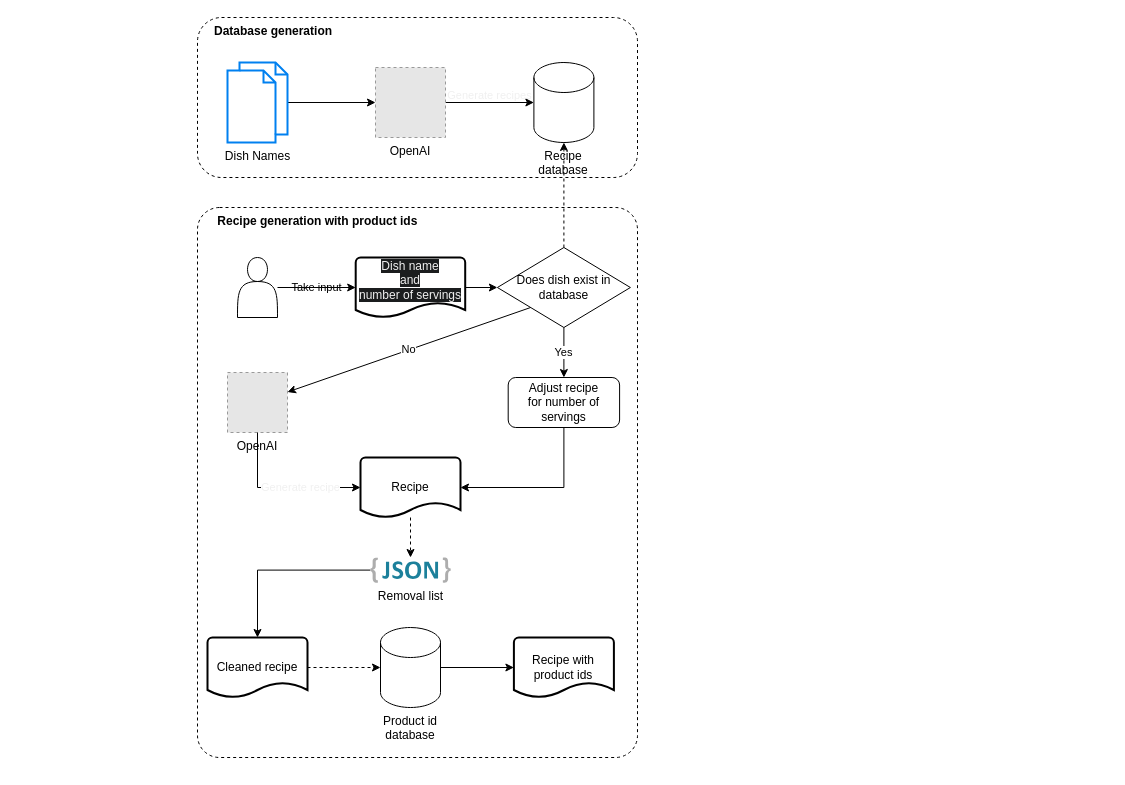
Before: recipe-generator/images/recipe_generator.drawio in deepnetworkgmbh/generative-ai, a draw.io diagram. Source tidied: cells renumbered, new cells numbered last; positions are measured from the earlier drawing's top-left corner, leaving out a move shared by most shapes. Both pictures are drawn from the tidied source at 100%, with x=0, y=0 at pixel (197, 17). Pictures stored in the file or linked from it are replaced by grey dashed boxes.
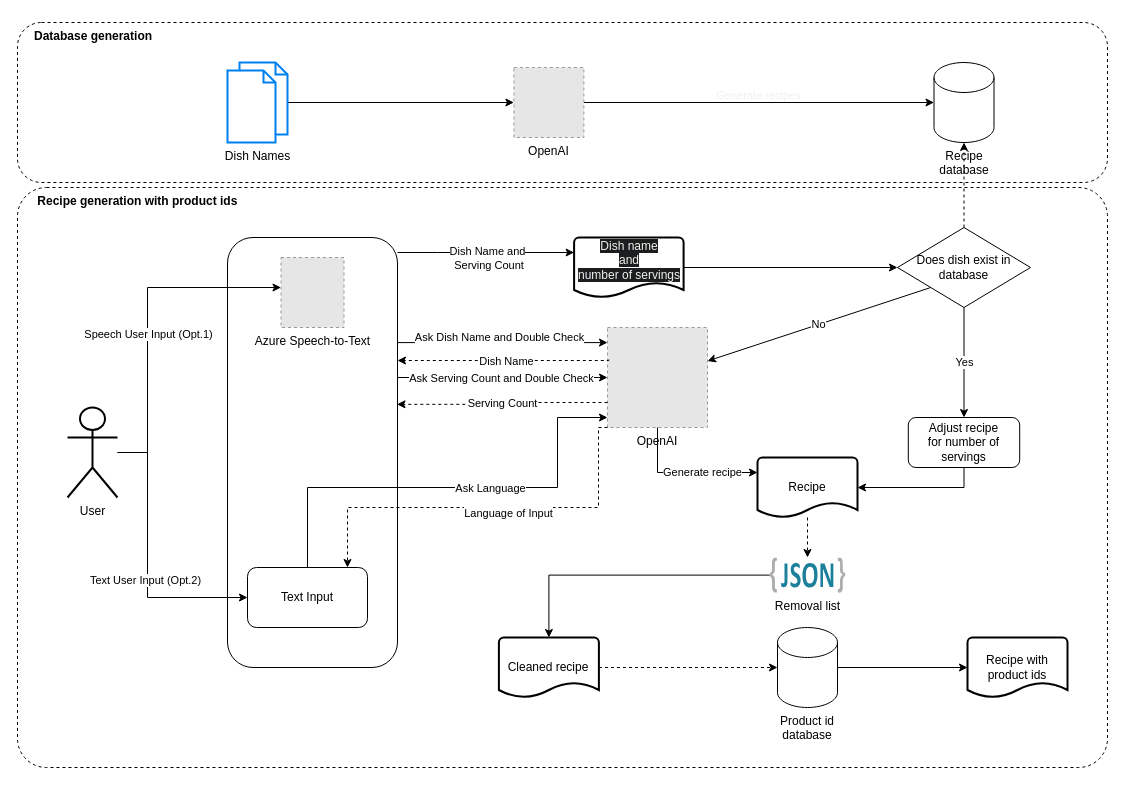
After the change.

Commit message (it also covers changes not shown here):
Add input get mechanism to drawio chart - 1

Diff of the diagram source:
```diff
@@
     <mxCell id="2" value="&amp;nbsp;Recipe generation with product ids" style="rounded=1;whiteSpace=wrap;html=1;fillColor=none;dashed=1;align=left;verticalAlign=top;spacingLeft=15;fontStyle=1;arcSize=5;" parent="1" vertex="1">
-      <mxGeometry y="190" width="440" height="550" as="geometry" />
+      <mxGeometry x="-180" y="170" width="1090" height="580" as="geometry" />
     </mxCell>
     <mxCell id="3" value="Database generation" style="rounded=1;whiteSpace=wrap;html=1;fillColor=none;dashed=1;align=left;verticalAlign=top;spacingLeft=15;fontStyle=1;" parent="1" vertex="1">
-      <mxGeometry width="440" height="160" as="geometry" />
+      <mxGeometry x="-180" y="5" width="1090" height="160" as="geometry" />
     </mxCell>
@@
     <mxCell id="7" value="OpenAI" style="fillColor=#E6E6E6;strokeColor=#999999;dashed=1;verticalLabelPosition=bottom;labelBackgroundColor=default;verticalAlign=top;" parent="1" vertex="1">
-      <mxGeometry x="178" y="50" width="70" height="70" as="geometry" />
+      <mxGeometry x="316.4" y="50" width="70" height="70" as="geometry" />
     </mxCell>
     <mxCell id="8" value="Recipe database" style="shape=cylinder3;whiteSpace=wrap;html=1;boundedLbl=1;backgroundOutline=1;size=15;labelPosition=center;verticalLabelPosition=bottom;align=center;verticalAlign=top;fillColor=none;" parent="1" vertex="1">
-      <mxGeometry x="336.4" y="45" width="60" height="80" as="geometry" />
+      <mxGeometry x="736.5" y="45" width="60" height="80" as="geometry" />
     </mxCell>
-    <mxCell id="9" style="shape=actor;whiteSpace=wrap;html=1;" parent="1" vertex="1">
-      <mxGeometry x="40" y="240" width="40" height="60" as="geometry" />
-    </mxCell>
-    <mxCell id="10" value="Take input" style="edgeStyle=orthogonalEdgeStyle;rounded=0;jettySize=auto;html=1;labelBackgroundColor=none;" parent="1" edge="1" source="9" target="16">
-      <mxGeometry relative="1" as="geometry" />
-    </mxCell>
@@
     <mxCell id="14" value="Does dish exist in database" style="rhombus;whiteSpace=wrap;html=1;fillColor=none;" parent="1" vertex="1">
-      <mxGeometry x="299.9" y="230" width="133" height="80" as="geometry" />
+      <mxGeometry x="700" y="210" width="133" height="80" as="geometry" />
     </mxCell>
@@
     <mxCell id="16" value="&#10;&lt;span style=&quot;color: rgb(240, 240, 240); font-family: Helvetica; font-size: 12px; font-style: normal; font-variant-ligatures: normal; font-variant-caps: normal; font-weight: 400; letter-spacing: normal; orphans: 2; text-align: center; text-indent: 0px; text-transform: none; widows: 2; word-spacing: 0px; -webkit-text-stroke-width: 0px; background-color: rgb(27, 29, 30); text-decoration-thickness: initial; text-decoration-style: initial; text-decoration-color: initial; float: none; display: inline !important;&quot;&gt;Dish name&lt;/span&gt;&lt;br style=&quot;border-color: rgb(0, 0, 0); color: rgb(240, 240, 240); font-family: Helvetica; font-size: 12px; font-style: normal; font-variant-ligatures: normal; font-variant-caps: normal; font-weight: 400; letter-spacing: normal; orphans: 2; text-align: center; text-indent: 0px; text-transform: none; widows: 2; word-spacing: 0px; -webkit-text-stroke-width: 0px; background-color: rgb(27, 29, 30); text-decoration-thickness: initial; text-decoration-style: initial; text-decoration-color: initial;&quot;&gt;&lt;span style=&quot;color: rgb(240, 240, 240); font-family: Helvetica; font-size: 12px; font-style: normal; font-variant-ligatures: normal; font-variant-caps: normal; font-weight: 400; letter-spacing: normal; orphans: 2; text-align: center; text-indent: 0px; text-transform: none; widows: 2; word-spacing: 0px; -webkit-text-stroke-width: 0px; background-color: rgb(27, 29, 30); text-decoration-thickness: initial; text-decoration-style: initial; text-decoration-color: initial; float: none; display: inline !important;&quot;&gt;and&lt;/span&gt;&lt;br style=&quot;border-color: rgb(0, 0, 0); color: rgb(240, 240, 240); font-family: Helvetica; font-size: 12px; font-style: normal; font-variant-ligatures: normal; font-variant-caps: normal; font-weight: 400; letter-spacing: normal; orphans: 2; text-align: center; text-indent: 0px; text-transform: none; widows: 2; word-spacing: 0px; -webkit-text-stroke-width: 0px; background-color: rgb(27, 29, 30); text-decoration-thickness: initial; text-decoration-style: initial; text-decoration-color: initial;&quot;&gt;&lt;span style=&quot;color: rgb(240, 240, 240); font-family: Helvetica; font-size: 12px; font-style: normal; font-variant-ligatures: normal; font-variant-caps: normal; font-weight: 400; letter-spacing: normal; orphans: 2; text-align: center; text-indent: 0px; text-transform: none; widows: 2; word-spacing: 0px; -webkit-text-stroke-width: 0px; background-color: rgb(27, 29, 30); text-decoration-thickness: initial; text-decoration-style: initial; text-decoration-color: initial; float: none; display: inline !important;&quot;&gt;number of servings&lt;/span&gt;&#10;&#10;" style="strokeWidth=2;html=1;shape=mxgraph.flowchart.document2;whiteSpace=wrap;size=0.25;fillColor=none;" parent="1" vertex="1">
-      <mxGeometry x="158.2" y="240" width="109.5" height="60" as="geometry" />
+      <mxGeometry x="376.6" y="220" width="109.5" height="60" as="geometry" />
     </mxCell>
@@
     <mxCell id="18" value="Removal list" style="dashed=0;outlineConnect=0;html=1;align=center;labelPosition=center;verticalLabelPosition=bottom;verticalAlign=top;shape=mxgraph.weblogos.json_2;" parent="1" vertex="1">
-      <mxGeometry x="172.8" y="540" width="80.4" height="25.2" as="geometry" />
+      <mxGeometry x="572.3" y="540" width="75.4" height="35.2" as="geometry" />
     </mxCell>
@@
     <mxCell id="20" value="Recipe" style="strokeWidth=2;html=1;shape=mxgraph.flowchart.document2;whiteSpace=wrap;size=0.25;fillColor=none;" parent="1" vertex="1">
-      <mxGeometry x="163" y="440" width="100" height="60" as="geometry" />
+      <mxGeometry x="560" y="440" width="100" height="60" as="geometry" />
     </mxCell>
     <mxCell id="21" value="OpenAI" style="fillColor=#E6E6E6;strokeColor=#999999;dashed=1;verticalLabelPosition=bottom;labelBackgroundColor=default;verticalAlign=top;" parent="1" vertex="1">
-      <mxGeometry x="30" y="355" width="60" height="60" as="geometry" />
+      <mxGeometry x="410" y="310" width="100" height="100" as="geometry" />
     </mxCell>
@@
     <mxCell id="23" value="Cleaned recipe" style="strokeWidth=2;html=1;shape=mxgraph.flowchart.document2;whiteSpace=wrap;size=0.25;fillColor=none;" parent="1" vertex="1">
-      <mxGeometry x="10" y="620" width="100" height="60" as="geometry" />
+      <mxGeometry x="301.4" y="620" width="100" height="60" as="geometry" />
     </mxCell>
@@
     <mxCell id="25" value="Product id database" style="shape=cylinder3;whiteSpace=wrap;html=1;boundedLbl=1;backgroundOutline=1;size=15;labelPosition=center;verticalLabelPosition=bottom;align=center;verticalAlign=top;fillColor=none;" parent="1" vertex="1">
-      <mxGeometry x="183" y="610" width="60" height="80" as="geometry" />
+      <mxGeometry x="580" y="610" width="60" height="80" as="geometry" />
     </mxCell>
     <mxCell id="26" value="Adjust recipe&lt;br&gt;for number of servings" style="rounded=1;whiteSpace=wrap;html=1;fillColor=none;" parent="1" vertex="1">
-      <mxGeometry x="310.7" y="360" width="111.4" height="50" as="geometry" />
+      <mxGeometry x="710.8" y="400" width="111.4" height="50" as="geometry" />
     </mxCell>
     <mxCell id="27" value="Recipe with product ids" style="strokeWidth=2;html=1;shape=mxgraph.flowchart.document2;whiteSpace=wrap;size=0.25;fillColor=none;" parent="1" vertex="1">
-      <mxGeometry x="316.4" y="620" width="100" height="60" as="geometry" />
+      <mxGeometry x="770" y="620" width="100" height="60" as="geometry" />
     </mxCell>
+    <mxCell id="30" style="edgeStyle=orthogonalEdgeStyle;rounded=0;jettySize=auto;html=1;" parent="1" edge="1" target="21">
+      <mxGeometry relative="1" as="geometry">
+        <mxPoint x="200" y="325.1" as="sourcePoint" />
+        <Array as="points">
+          <mxPoint x="360" y="325" />
+          <mxPoint x="360" y="325" />
+        </Array>
+      </mxGeometry>
+    </mxCell>
+    <mxCell id="31" value="Ask Dish Name and Double Check" style="edgeLabel;html=1;align=center;verticalAlign=middle;" parent="30" vertex="1">
+      <mxGeometry x="-0.04" y="5" relative="1" as="geometry">
+        <mxPoint y="-1" as="offset" />
+      </mxGeometry>
+    </mxCell>
+    <mxCell id="32" style="edgeStyle=orthogonalEdgeStyle;rounded=0;jettySize=auto;html=1;" parent="1" edge="1" target="21">
+      <mxGeometry relative="1" as="geometry">
+        <mxPoint x="200" y="375" as="sourcePoint" />
+        <Array as="points">
+          <mxPoint x="200" y="360" />
+        </Array>
+      </mxGeometry>
+    </mxCell>
+    <mxCell id="33" value="Ask Serving Count and Double Check" style="edgeLabel;html=1;align=center;verticalAlign=middle;" parent="32" vertex="1">
+      <mxGeometry x="0.29" relative="1" as="geometry">
+        <mxPoint x="-27" as="offset" />
+      </mxGeometry>
+    </mxCell>
+    <mxCell id="34" style="rounded=1;whiteSpace=wrap;html=1;fillStyle=hatch;" parent="1" vertex="1">
+      <mxGeometry x="30" y="220" width="170" height="430" as="geometry" />
+    </mxCell>
@@
-    <mxCell id="29" value="&lt;span style=&quot;color: rgb(240, 240, 240); font-family: Helvetica; font-size: 11px; font-style: normal; font-variant-ligatures: normal; font-variant-caps: normal; font-weight: 400; letter-spacing: normal; orphans: 2; text-indent: 0px; text-transform: none; widows: 2; word-spacing: 0px; -webkit-text-stroke-width: 0px; text-decoration-thickness: initial; text-decoration-style: initial; text-decoration-color: initial; float: none; display: inline !important;&quot;&gt;Generate recipe&lt;/span&gt;" style="edgeStyle=orthogonalEdgeStyle;rounded=0;jettySize=auto;html=1;exitX=0.5;exitY=1;exitDx=0;exitDy=0;entryX=0;entryY=0.5;entryDx=0;entryDy=0;entryPerimeter=0;labelBackgroundColor=default;align=center;labelPosition=center;verticalLabelPosition=middle;verticalAlign=middle;" parent="1" edge="1" source="21" target="20">
+    <mxCell id="29" value="&lt;span style=&quot;font-family: Helvetica; font-size: 11px; font-style: normal; font-variant-ligatures: normal; font-variant-caps: normal; font-weight: 400; letter-spacing: normal; orphans: 2; text-indent: 0px; text-transform: none; widows: 2; word-spacing: 0px; -webkit-text-stroke-width: 0px; text-decoration-thickness: initial; text-decoration-style: initial; text-decoration-color: initial; float: none; display: inline !important;&quot;&gt;Generate recipe&lt;/span&gt;" style="edgeStyle=orthogonalEdgeStyle;rounded=0;jettySize=auto;html=1;exitX=0.5;exitY=1;exitDx=0;exitDy=0;entryX=0;entryY=0.25;entryDx=0;entryDy=0;entryPerimeter=0;labelBackgroundColor=default;align=center;labelPosition=center;verticalLabelPosition=middle;verticalAlign=middle;" parent="1" edge="1" source="21" target="20">
       <mxGeometry x="0.24" relative="1" as="geometry" />
     </mxCell>
+    <mxCell id="35" style="edgeStyle=orthogonalEdgeStyle;rounded=0;jettySize=auto;html=1;" parent="1" edge="1" source="39" target="40">
+      <mxGeometry relative="1" as="geometry">
+        <Array as="points">
+          <mxPoint x="-50" y="435" />
+          <mxPoint x="-50" y="270" />
+        </Array>
+      </mxGeometry>
+    </mxCell>
+    <mxCell id="36" value="Speech User Input (Opt.1)" style="edgeLabel;html=1;align=center;verticalAlign=middle;" parent="35" vertex="1">
+      <mxGeometry x="-0.34" y="2" relative="1" as="geometry">
+        <mxPoint x="2" y="-41" as="offset" />
+      </mxGeometry>
+    </mxCell>
+    <mxCell id="37" style="edgeStyle=orthogonalEdgeStyle;rounded=0;jettySize=auto;html=1;entryX=0;entryY=0.5;entryDx=0;entryDy=0;" parent="1" edge="1" source="39" target="43">
+      <mxGeometry relative="1" as="geometry">
+        <Array as="points">
+          <mxPoint x="-50" y="435" />
+          <mxPoint x="-50" y="580" />
+        </Array>
+      </mxGeometry>
+    </mxCell>
+    <mxCell id="38" value="Text User Input (Opt.2)" style="edgeLabel;html=1;align=center;verticalAlign=middle;" parent="37" vertex="1">
+      <mxGeometry x="0.14" y="-3" relative="1" as="geometry" />
+    </mxCell>
+    <mxCell id="39" value="User" style="shape=umlActor;verticalLabelPosition=bottom;verticalAlign=top;html=1;outlineConnect=0;strokeWidth=2;" parent="1" vertex="1">
+      <mxGeometry x="-130" y="390" width="50" height="90" as="geometry" />
+    </mxCell>
+    <mxCell id="40" value="Azure Speech-to-Text" style="fillColor=#E6E6E6;strokeColor=#999999;dashed=1;html=1;verticalLabelPosition=bottom;labelBackgroundColor=#ffffff;verticalAlign=top;" parent="1" vertex="1">
+      <mxGeometry x="83.5" y="240" width="63" height="70" as="geometry" />
+    </mxCell>
+    <mxCell id="41" style="edgeStyle=orthogonalEdgeStyle;rounded=0;jettySize=auto;html=1;exitX=0.5;exitY=0;exitDx=0;exitDy=0;" parent="1" edge="1" source="43">
+      <mxGeometry relative="1" as="geometry">
+        <mxPoint x="410" y="400" as="targetPoint" />
+        <Array as="points">
+          <mxPoint x="110" y="470" />
+          <mxPoint x="360" y="470" />
+          <mxPoint x="360" y="400" />
+          <mxPoint x="407" y="400" />
+        </Array>
+      </mxGeometry>
+    </mxCell>
+    <mxCell id="42" value="Ask Language" style="edgeLabel;html=1;align=center;verticalAlign=middle;" parent="41" vertex="1">
+      <mxGeometry x="0.22" relative="1" as="geometry">
+        <mxPoint x="-13" as="offset" />
+      </mxGeometry>
+    </mxCell>
+    <mxCell id="43" value="Text Input" style="rounded=1;whiteSpace=wrap;html=1;fillStyle=hatch;" parent="1" vertex="1">
+      <mxGeometry x="50" y="550" width="120" height="60" as="geometry" />
+    </mxCell>
+    <mxCell id="44" style="edgeStyle=orthogonalEdgeStyle;rounded=0;jettySize=auto;html=1;exitX=0;exitY=1;exitDx=0;exitDy=0;dashed=1;" parent="1" edge="1" source="21">
+      <mxGeometry relative="1" as="geometry">
+        <mxPoint x="150" y="550" as="targetPoint" />
+        <Array as="points">
+          <mxPoint x="401" y="410" />
+          <mxPoint x="401" y="490" />
+          <mxPoint x="150" y="490" />
+          <mxPoint x="150" y="550" />
+        </Array>
+      </mxGeometry>
+    </mxCell>
+    <mxCell id="45" value="Language of Input" style="edgeLabel;html=1;align=center;verticalAlign=middle;" parent="44" vertex="1">
+      <mxGeometry x="-0.54" y="-2" relative="1" as="geometry">
+        <mxPoint x="-88" y="7" as="offset" />
+      </mxGeometry>
+    </mxCell>
+    <mxCell id="46" style="edgeStyle=orthogonalEdgeStyle;rounded=0;orthogonalLoop=1;jettySize=auto;html=1;exitX=0.013;exitY=0.42;exitDx=0;exitDy=0;exitPerimeter=0;dashed=1;" parent="1" edge="1">
+      <mxGeometry relative="1" as="geometry">
+        <mxPoint x="411.3" y="342" as="sourcePoint" />
+        <mxPoint x="200" y="343" as="targetPoint" />
+        <Array as="points">
+          <mxPoint x="411" y="343" />
+          <mxPoint x="203" y="343" />
+        </Array>
+      </mxGeometry>
+    </mxCell>
+    <mxCell id="47" value="Dish Name" style="edgeLabel;html=1;align=center;verticalAlign=middle;" parent="46" vertex="1">
+      <mxGeometry x="-0.31" y="-1" relative="1" as="geometry">
+        <mxPoint x="-31" y="1" as="offset" />
+      </mxGeometry>
+    </mxCell>
+    <mxCell id="48" value="Serving Count" style="edgeStyle=orthogonalEdgeStyle;rounded=0;jettySize=auto;html=1;exitX=0;exitY=0.75;exitDx=0;exitDy=0;entryX=0.997;entryY=0.388;entryDx=0;entryDy=0;entryPerimeter=0;dashed=1;" parent="1" edge="1" source="21" target="34">
+      <mxGeometry relative="1" as="geometry" />
+    </mxCell>
+    <mxCell id="49" style="edgeStyle=orthogonalEdgeStyle;rounded=0;jettySize=auto;html=1;entryX=0;entryY=0.25;entryDx=0;entryDy=0;entryPerimeter=0;" parent="1" edge="1" source="34" target="16">
+      <mxGeometry relative="1" as="geometry">
+        <Array as="points">
+          <mxPoint x="240" y="235" />
+          <mxPoint x="240" y="235" />
+        </Array>
+      </mxGeometry>
+    </mxCell>
+    <mxCell id="50" value="Dish Name and&lt;br&gt;&amp;nbsp;Serving Count" style="edgeLabel;html=1;align=center;verticalAlign=middle;" parent="49" vertex="1">
+      <mxGeometry x="-0.18" y="-1" relative="1" as="geometry">
+        <mxPoint x="17" y="4" as="offset" />
+      </mxGeometry>
+    </mxCell>
```
